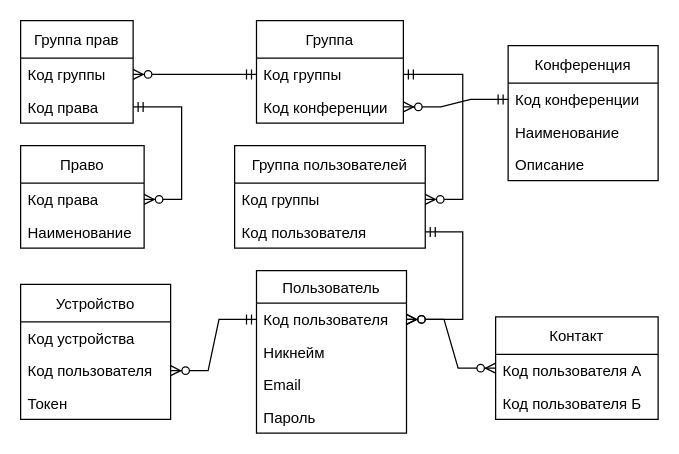
Before: ТОАУ/ЛР4/1.drawio in eldarian-1/pstu, a draw.io diagram. Source tidied: cells renumbered, new cells numbered last; positions are measured from the earlier drawing's top-left corner, leaving out a move shared by most shapes. Both pictures are drawn from the tidied source at 125%, with x=0, y=0 at pixel (20, 20).
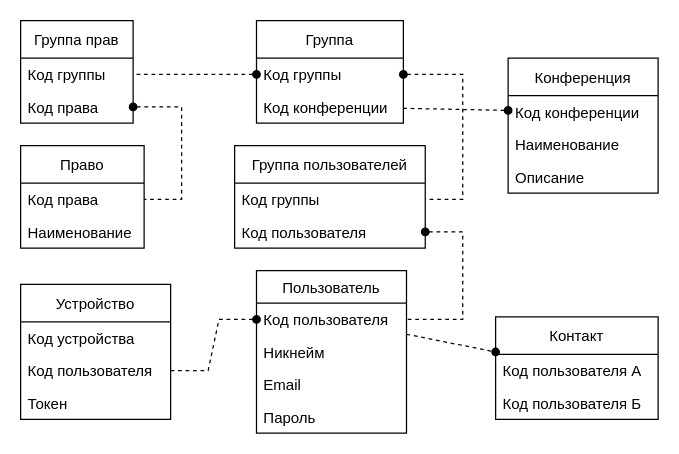
The same page after the edit.

The change refers to these unchanged cells:
```xml
<mxCell id="3" value="Код группы" style="text;strokeColor=none;fillColor=none;align=left;verticalAlign=top;spacingLeft=4;spacingRight=4;overflow=hidden;points=[[0,0.5],[1,0.5]];portConstraint=eastwest;" parent="2" vertex="1">
  <mxGeometry y="30" width="90" height="26" as="geometry" />
</mxCell>
<mxCell id="4" value="Код права" style="text;strokeColor=none;fillColor=none;align=left;verticalAlign=top;spacingLeft=4;spacingRight=4;overflow=hidden;points=[[0,0.5],[1,0.5]];portConstraint=eastwest;" parent="2" vertex="1">
  <mxGeometry y="56" width="90" height="26" as="geometry" />
</mxCell>
<mxCell id="6" value="Код пользователя" style="text;strokeColor=none;fillColor=none;align=left;verticalAlign=top;spacingLeft=4;spacingRight=4;overflow=hidden;points=[[0,0.5],[1,0.5]];portConstraint=eastwest;" parent="5" vertex="1">
  <mxGeometry y="26" width="120" height="26" as="geometry" />
</mxCell>
<mxCell id="10" value="Контакт" style="swimlane;fontStyle=0;horizontal=1;startSize=30;fillColor=none;" parent="1" vertex="1">
  <mxGeometry x="380" y="237" width="130" height="82" as="geometry" />
</mxCell>
<mxCell id="14" value="Код права" style="text;strokeColor=none;fillColor=none;align=left;verticalAlign=top;spacingLeft=4;spacingRight=4;overflow=hidden;points=[[0,0.5],[1,0.5]];portConstraint=eastwest;" parent="13" vertex="1">
  <mxGeometry y="30" width="98.8" height="26" as="geometry" />
</mxCell>
<mxCell id="18" value="Код пользователя" style="text;strokeColor=none;fillColor=none;align=left;verticalAlign=top;spacingLeft=4;spacingRight=4;overflow=hidden;points=[[0,0.5],[1,0.5]];portConstraint=eastwest;" parent="16" vertex="1">
  <mxGeometry y="56" width="120" height="26" as="geometry" />
</mxCell>
<mxCell id="21" value="Код конференции" style="text;strokeColor=none;fillColor=none;align=left;verticalAlign=top;spacingLeft=4;spacingRight=4;overflow=hidden;points=[[0,0.5],[1,0.5]];portConstraint=eastwest;" parent="20" vertex="1">
  <mxGeometry y="30" width="120" height="26" as="geometry" />
</mxCell>
<mxCell id="25" value="Код группы" style="text;strokeColor=none;fillColor=none;align=left;verticalAlign=top;spacingLeft=4;spacingRight=4;overflow=hidden;points=[[0,0.5],[1,0.5]];portConstraint=eastwest;" parent="24" vertex="1">
  <mxGeometry y="30" width="152.5" height="26" as="geometry" />
</mxCell>
<mxCell id="26" value="Код пользователя" style="text;strokeColor=none;fillColor=none;align=left;verticalAlign=top;spacingLeft=4;spacingRight=4;overflow=hidden;points=[[0,0.5],[1,0.5]];portConstraint=eastwest;" parent="24" vertex="1">
  <mxGeometry y="56" width="152.5" height="26" as="geometry" />
</mxCell>
<mxCell id="28" value="Код группы" style="text;strokeColor=none;fillColor=none;align=left;verticalAlign=top;spacingLeft=4;spacingRight=4;overflow=hidden;points=[[0,0.5],[1,0.5]];portConstraint=eastwest;" parent="27" vertex="1">
  <mxGeometry y="30" width="117.5" height="26" as="geometry" />
</mxCell>
<mxCell id="29" value="Код конференции" style="text;strokeColor=none;fillColor=none;align=left;verticalAlign=top;spacingLeft=4;spacingRight=4;overflow=hidden;points=[[0,0.5],[1,0.5]];portConstraint=eastwest;" parent="27" vertex="1">
  <mxGeometry y="56" width="117.5" height="26" as="geometry" />
</mxCell>
```

What changed in the source:
```diff
@@
     <mxCell id="20" value="Конференция" style="swimlane;fontStyle=0;horizontal=1;startSize=30;fillColor=none;" parent="1" vertex="1">
-      <mxGeometry x="390" y="20" width="120" height="108" as="geometry" />
+      <mxGeometry x="390" y="30" width="120" height="108" as="geometry" />
     </mxCell>
@@
-    <mxCell id="30" style="edgeStyle=entityRelationEdgeStyle;fontSize=12;html=1;endArrow=ERzeroToMany;startArrow=ERmandOne;rounded=0;" parent="1" edge="1" source="21" target="29">
+    <mxCell id="30" style="fontSize=12;html=1;endArrow=none;startArrow=oval;rounded=0;endFill=0;startFill=1;dashed=1;" parent="1" edge="1" source="21" target="29">
       <mxGeometry relative="1" as="geometry" />
     </mxCell>
-    <mxCell id="31" style="edgeStyle=entityRelationEdgeStyle;fontSize=12;html=1;endArrow=ERzeroToMany;startArrow=ERmandOne;rounded=0;" parent="1" edge="1" source="28" target="3">
+    <mxCell id="31" style="edgeStyle=entityRelationEdgeStyle;fontSize=12;html=1;endArrow=none;startArrow=oval;rounded=0;startFill=1;endFill=0;dashed=1;" parent="1" edge="1" source="28" target="3">
       <mxGeometry relative="1" as="geometry" />
     </mxCell>
-    <mxCell id="32" style="edgeStyle=entityRelationEdgeStyle;fontSize=12;html=1;endArrow=ERzeroToMany;startArrow=ERmandOne;rounded=0;" parent="1" edge="1" source="28" target="25">
+    <mxCell id="32" style="edgeStyle=entityRelationEdgeStyle;fontSize=12;html=1;endArrow=none;startArrow=oval;rounded=0;startFill=1;endFill=0;dashed=1;" parent="1" edge="1" source="28" target="25">
       <mxGeometry relative="1" as="geometry" />
     </mxCell>
-    <mxCell id="33" style="edgeStyle=entityRelationEdgeStyle;fontSize=12;html=1;endArrow=ERzeroToMany;startArrow=ERmandOne;rounded=0;" parent="1" edge="1" source="26" target="6">
+    <mxCell id="33" style="edgeStyle=entityRelationEdgeStyle;fontSize=12;html=1;endArrow=none;startArrow=oval;rounded=0;startFill=1;endFill=0;dashed=1;" parent="1" edge="1" source="26" target="6">
       <mxGeometry relative="1" as="geometry" />
     </mxCell>
-    <mxCell id="34" style="edgeStyle=entityRelationEdgeStyle;fontSize=12;html=1;endArrow=ERzeroToMany;startArrow=ERmandOne;rounded=0;" parent="1" edge="1" source="4" target="14">
+    <mxCell id="34" style="edgeStyle=entityRelationEdgeStyle;fontSize=12;html=1;endArrow=none;startArrow=oval;rounded=0;startFill=1;endFill=0;dashed=1;" parent="1" edge="1" source="4" target="14">
       <mxGeometry relative="1" as="geometry" />
     </mxCell>
-    <mxCell id="35" style="edgeStyle=entityRelationEdgeStyle;fontSize=12;html=1;endArrow=ERzeroToMany;startArrow=ERzeroToMany;rounded=0;startFill=0;" parent="1" edge="1" source="6" target="10">
+    <mxCell id="35" style="fontSize=12;html=1;endArrow=oval;startArrow=none;rounded=0;startFill=0;endFill=1;dashed=1;" parent="1" edge="1" source="6" target="10">
       <mxGeometry relative="1" as="geometry" />
     </mxCell>
-    <mxCell id="36" style="edgeStyle=entityRelationEdgeStyle;fontSize=12;html=1;endArrow=ERzeroToMany;startArrow=ERmandOne;rounded=0;" parent="1" edge="1" source="6" target="18">
+    <mxCell id="36" style="edgeStyle=entityRelationEdgeStyle;fontSize=12;html=1;endArrow=none;startArrow=oval;rounded=0;endFill=0;startFill=1;dashed=1;" parent="1" edge="1" source="6" target="18">
       <mxGeometry relative="1" as="geometry" />
     </mxCell>
```
